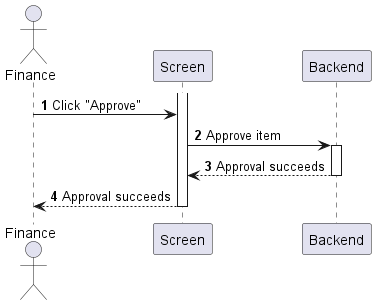
Above: sequences/purchase-requisition-approve.png in phihungha/scmss-reqs (PlantUML), before the change.
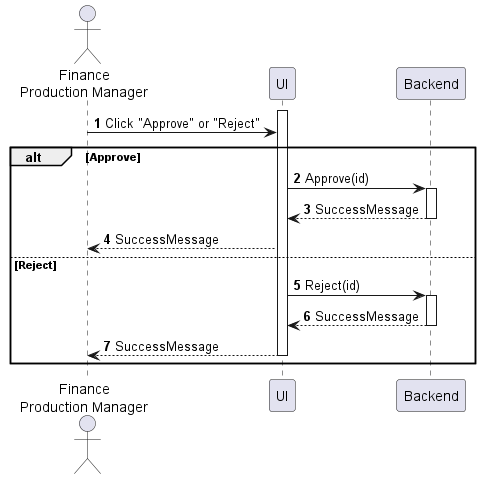
After the commit.

Diff of the diagram source:
```diff
@@ -1,15 +1,24 @@
 @startuml purchase-requisition-approve
 autonumber
 
-actor "Finance" as a
-participant Screen as f
+actor "Finance\nProduction Manager" as a
+participant UI as f
 participant Backend as b
 
 activate f
-a -> f : Click "Approve"
-f -> b : Approve item
-activate b
-return Approval succeeds
-f --> a : Approval succeeds
-deactivate f
+a -> f : Click "Approve" or "Reject"
+
+alt Approve
+    f -> b : Approve(id)
+    activate b
+    b --> f : SuccessMessage
+    deactivate b
+    f --> a : SuccessMessage
+else Reject
+    f -> b : Reject(id)
+    activate b
+    return SuccessMessage
+    f --> a : SuccessMessage
+    deactivate f
+end
 @enduml
```
